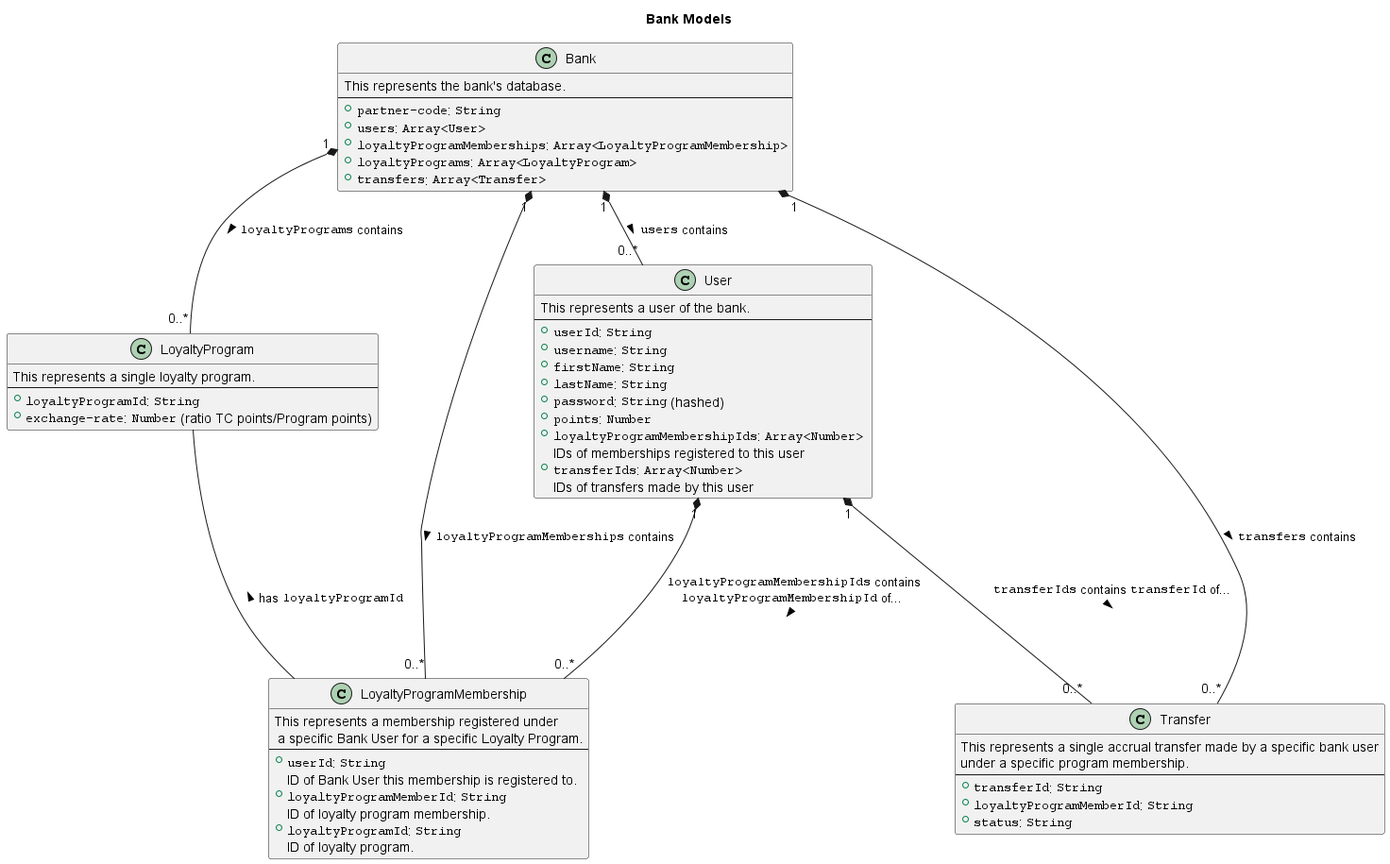
Before: diagrams/bank/Bank Class Diagram.png, a diagram exported from PlantUML (Rye123/esc-transferconnect).
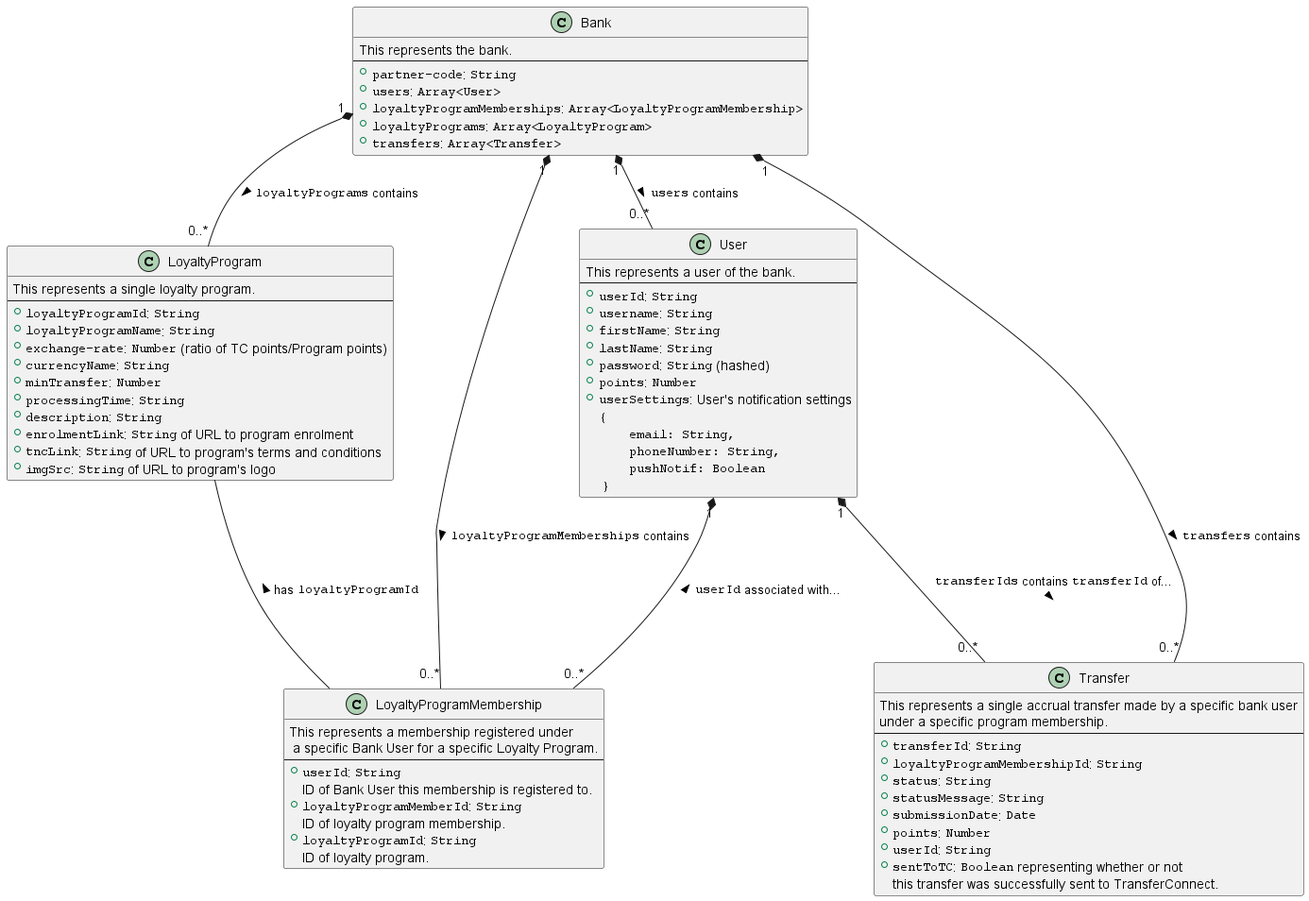
After the change.

Commit message:
update bank class diagram

The edit, as a diff of the source:
```diff
@@ -1,9 +1,7 @@
 @startuml Bank Class Diagram
 
-title "Bank Models"
-
 class Bank {
-    This represents the bank's database.
+    This represents the bank.
     ---
     + ""partner-code"": ""String""
     + ""users"": ""Array<User>""
@@ -21,15 +19,22 @@
     + ""lastName"": ""String""
     + {field} ""password"": ""String"" (hashed)
     + ""points"": ""Number""
-    + {field} ""loyaltyProgramMembershipIds"": ""Array<Number>"" \nIDs of memberships registered to this user
-    + {field} ""transferIds"": ""Array<Number>"" \nIDs of transfers made by this user
+    + {field} ""userSettings"": User's notification settings\n""{"" \n\t""email: String,"" \n\t""phoneNumber: String,"" \n\t""pushNotif: Boolean""\n ""}""
 }
 
 class LoyaltyProgram {
     This represents a single loyalty program.
     ---
     + ""loyaltyProgramId"": ""String""
-    + {field} ""exchange-rate"": ""Number"" (ratio TC points/Program points)
+    + ""loyaltyProgramName"": ""String""
+    + {field} ""exchange-rate"": ""Number"" (ratio of TC points/Program points)
+    + ""currencyName"": ""String""
+    + ""minTransfer"": ""Number""
+    + ""processingTime"": ""String""
+    + ""description"": ""String""
+    + ""enrolmentLink"": ""String"" of URL to program enrolment
+    + ""tncLink"": ""String"" of URL to program's terms and conditions
+    + {field} ""imgSrc"": ""String"" of URL to program's logo
 }
 
 class LoyaltyProgramMembership {
@@ -44,8 +49,13 @@
     This represents a single accrual transfer made by a specific bank user\nunder a specific program membership.
     ---
     + ""transferId"": ""String""
-    + ""loyaltyProgramMemberId"": ""String""
-    + ""status"": ""String""
+    + ""loyaltyProgramMembershipId"": ""String""
+    + {field} ""status"": ""String""
+    + ""statusMessage"": ""String""
+    + ""submissionDate"": ""Date""
+    + ""points"": ""Number""
+    + ""userId"": ""String""
+    + {field} ""sentToTC"": ""Boolean"" representing whether or not\nthis transfer was successfully sent to TransferConnect.
 }
 
 Bank "1" *-- "0..*" User : ""users"" contains >
@@ -53,7 +63,7 @@
 Bank "1" *-- "0..*" Transfer : ""transfers"" contains >
 Bank "1" *-- "0..*" LoyaltyProgram : ""loyaltyPrograms"" contains >
 
-User "1"*---"0..*" LoyaltyProgramMembership : ""loyaltyProgramMembershipIds"" contains\n""loyaltyProgramMembershipId"" of... \n >
+User "1"*---"0..*" LoyaltyProgramMembership : < ""userId"" associated with...
 User "1"*---"0..*" Transfer : ""transferIds"" contains ""transferId"" of...\n >
 
 LoyaltyProgram --- LoyaltyProgramMembership : has ""loyaltyProgramId"" <
```
